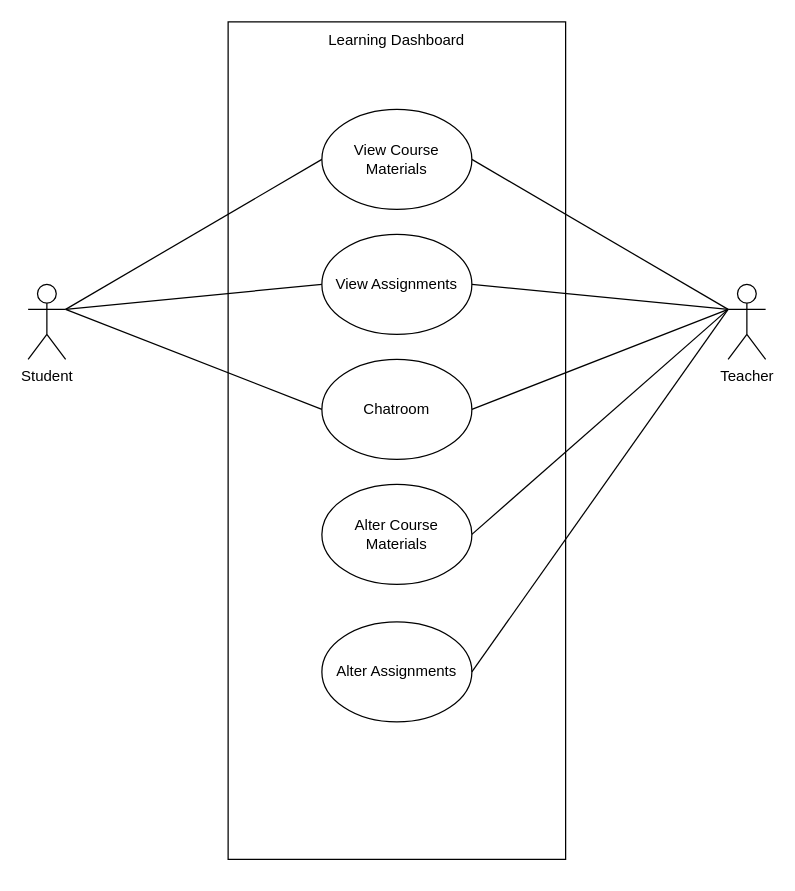
Earlier version of the draw.io diagram in-class/useCaseClass.drawio (linnypham/CSC3350_project). Source tidied: cells renumbered, new cells numbered last; positions are measured from the earlier drawing's top-left corner, leaving out a move shared by most shapes. Both pictures are drawn from the tidied source at 125%, with x=0, y=0 at pixel (28, 21).
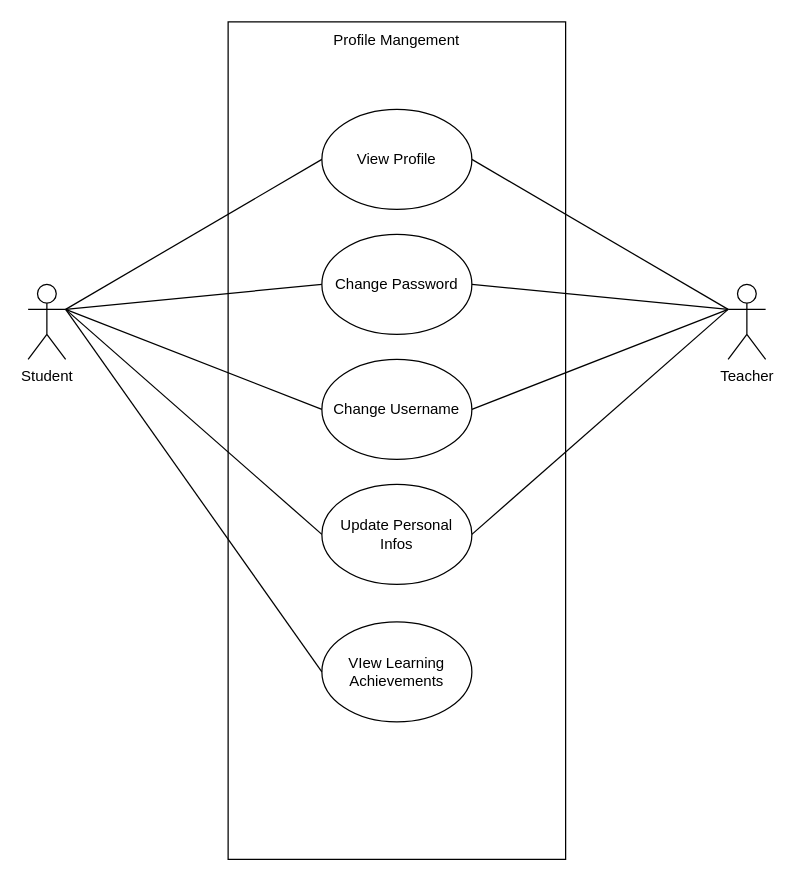
The same page after the edit.

The change refers to these unchanged cells:
```xml
<mxCell id="3" value="Student" style="shape=umlActor;verticalLabelPosition=bottom;verticalAlign=top;html=1;outlineConnect=0;" parent="1" vertex="1">
  <mxGeometry y="210" width="30" height="60" as="geometry" />
</mxCell>
```

The edit, as a diff of the source:
```diff
@@
-    <mxCell id="4" value="View Course Materials" style="ellipse;whiteSpace=wrap;html=1;" parent="1" vertex="1">
+    <mxCell id="4" value="View Profile" style="ellipse;whiteSpace=wrap;html=1;" parent="1" vertex="1">
       <mxGeometry x="235" y="70" width="120" height="80" as="geometry" />
     </mxCell>
-    <mxCell id="5" value="View Assignments" style="ellipse;whiteSpace=wrap;html=1;" parent="1" vertex="1">
+    <mxCell id="5" value="Change Password" style="ellipse;whiteSpace=wrap;html=1;" parent="1" vertex="1">
       <mxGeometry x="235" y="170" width="120" height="80" as="geometry" />
     </mxCell>
-    <mxCell id="6" value="Chatroom" style="ellipse;whiteSpace=wrap;html=1;" parent="1" vertex="1">
+    <mxCell id="6" value="Change Username" style="ellipse;whiteSpace=wrap;html=1;" parent="1" vertex="1">
       <mxGeometry x="235" y="270" width="120" height="80" as="geometry" />
     </mxCell>
-    <mxCell id="7" value="Alter Course Materials" style="ellipse;whiteSpace=wrap;html=1;" parent="1" vertex="1">
+    <mxCell id="7" value="Update Personal Infos" style="ellipse;whiteSpace=wrap;html=1;" parent="1" vertex="1">
       <mxGeometry x="235" y="370" width="120" height="80" as="geometry" />
     </mxCell>
@@
-    <mxCell id="9" value="Learning Dashboard" style="text;html=1;align=center;verticalAlign=middle;whiteSpace=wrap;rounded=0;" parent="1" vertex="1">
+    <mxCell id="9" value="Profile Mangement" style="text;html=1;align=center;verticalAlign=middle;whiteSpace=wrap;rounded=0;" parent="1" vertex="1">
       <mxGeometry x="170" width="250" height="30" as="geometry" />
     </mxCell>
-    <mxCell id="10" value="Alter Assignments" style="ellipse;whiteSpace=wrap;html=1;" parent="1" vertex="1">
+    <mxCell id="10" value="VIew Learning Achievements" style="ellipse;whiteSpace=wrap;html=1;" parent="1" vertex="1">
       <mxGeometry x="235" y="480" width="120" height="80" as="geometry" />
     </mxCell>
@@
-    <mxCell id="19" style="endArrow=none;html=1;rounded=0;exitX=1;exitY=0.5;exitDx=0;exitDy=0;" parent="1" edge="1" source="10">
-      <mxGeometry relative="1" as="geometry">
-        <mxPoint x="560" y="230" as="targetPoint" />
-      </mxGeometry>
-    </mxCell>
+    <mxCell id="20" style="endArrow=none;html=1;rounded=0;entryX=0;entryY=0.5;entryDx=0;entryDy=0;exitX=1;exitY=0.3333333333333333;exitDx=0;exitDy=0;exitPerimeter=0;" parent="1" edge="1" source="3" target="7">
+      <mxGeometry relative="1" as="geometry" />
+    </mxCell>
+    <mxCell id="21" style="endArrow=none;html=1;rounded=0;entryX=0;entryY=0.5;entryDx=0;entryDy=0;exitX=1;exitY=0.3333333333333333;exitDx=0;exitDy=0;exitPerimeter=0;" parent="1" edge="1" source="3" target="10">
+      <mxGeometry relative="1" as="geometry" />
+    </mxCell>
```
